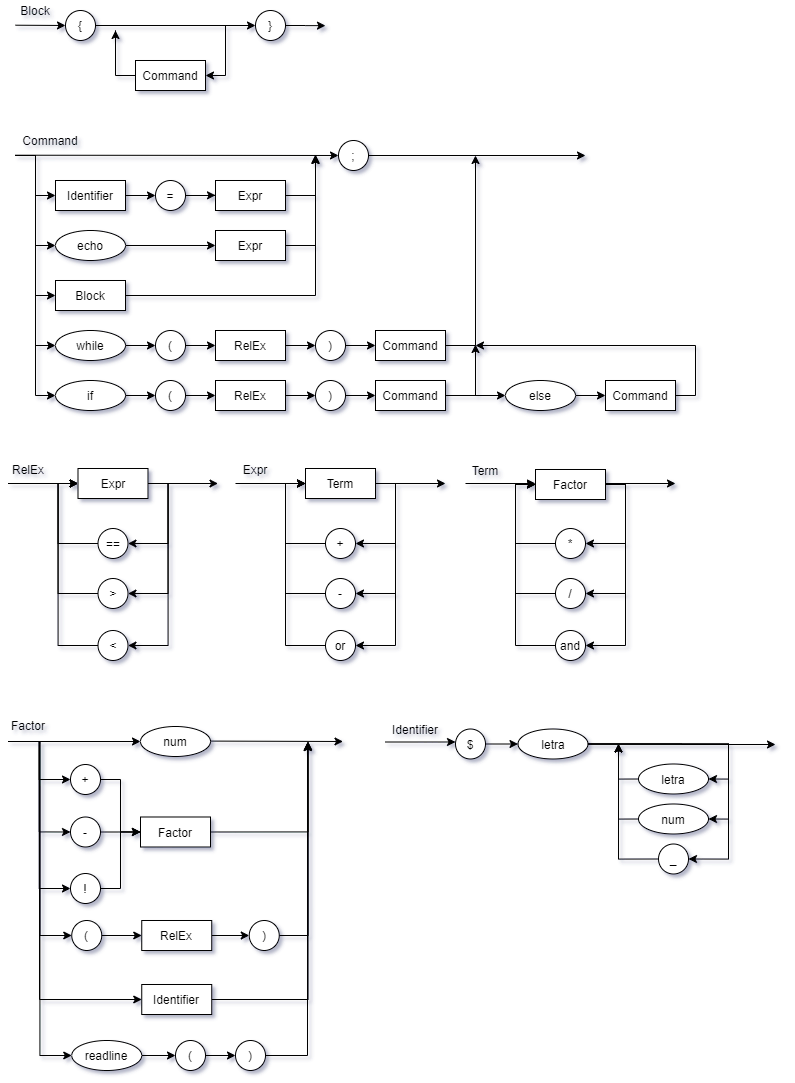
This is Diagrama-sintatico.png from LiuSeeker/Compilador, a draw.io export, as it was before one commit. Source tidied: cells renumbered, new cells last; positions are measured from the earlier drawing's top-left corner, leaving out a move shared by most shapes.
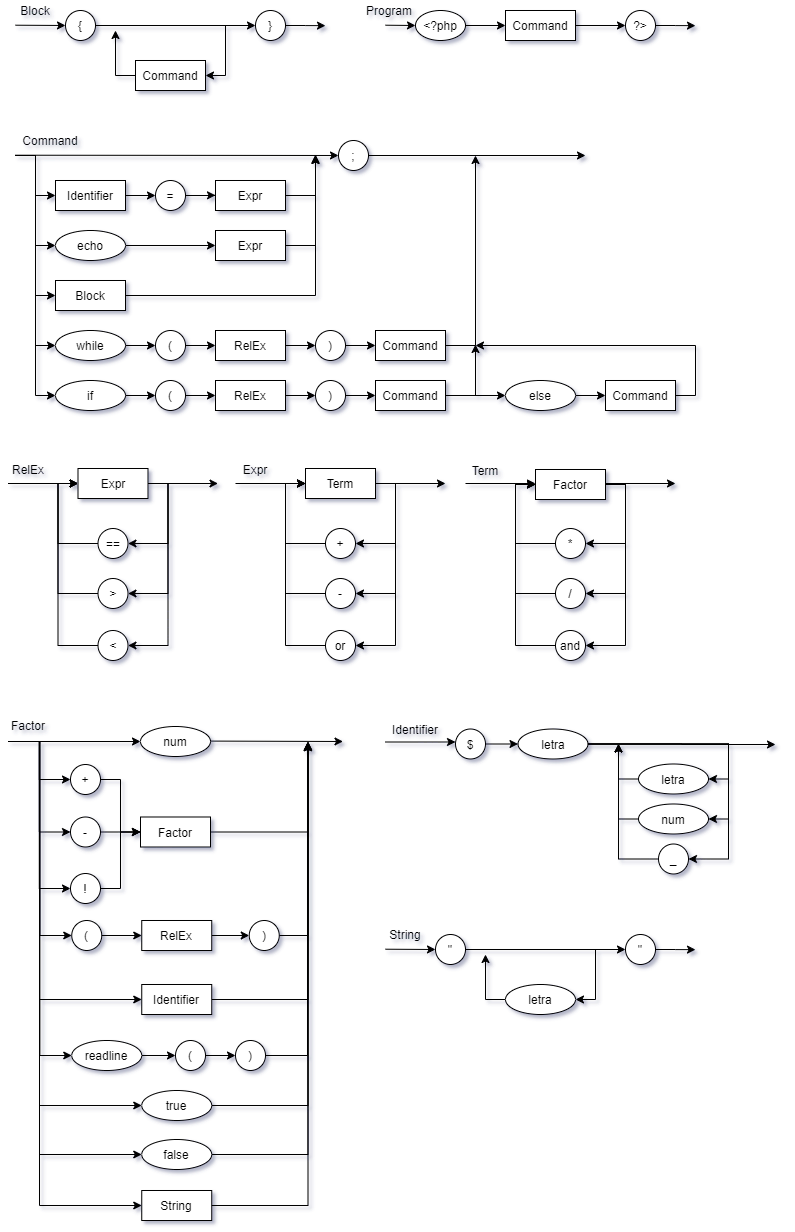
After the change.

Diff of the diagram source:
```diff
@@ -533,5 +533,122 @@
         <mxPoint x="0.5" y="741" as="sourcePoint" />
       </mxGeometry>
     </mxCell>
+    <mxCell id="143" style="edgeStyle=orthogonalEdgeStyle;rounded=0;jettySize=auto;html=1;exitX=1;exitY=0.5;exitDx=0;exitDy=0;" parent="1" edge="1" source="144">
+      <mxGeometry relative="1" as="geometry">
+        <mxPoint x="688" y="25.1" as="targetPoint" />
+      </mxGeometry>
+    </mxCell>
+    <mxCell id="144" value="?&amp;gt;" style="ellipse;whiteSpace=wrap;html=1;" parent="1" vertex="1">
+      <mxGeometry x="618" y="10" width="30" height="30" as="geometry" />
+    </mxCell>
+    <mxCell id="145" style="edgeStyle=orthogonalEdgeStyle;rounded=0;jettySize=auto;html=1;exitX=1;exitY=0.5;exitDx=0;exitDy=0;entryX=0;entryY=0.5;entryDx=0;entryDy=0;" parent="1" edge="1" source="146" target="144">
+      <mxGeometry relative="1" as="geometry" />
+    </mxCell>
+    <mxCell id="146" value="Command" style="rounded=0;whiteSpace=wrap;html=1;" parent="1" vertex="1">
+      <mxGeometry x="498" y="10" width="70" height="30" as="geometry" />
+    </mxCell>
+    <mxCell id="147" style="edgeStyle=orthogonalEdgeStyle;rounded=0;jettySize=auto;html=1;exitX=1;exitY=0.5;exitDx=0;exitDy=0;entryX=0;entryY=0.5;entryDx=0;entryDy=0;" parent="1" edge="1" source="148" target="146">
+      <mxGeometry relative="1" as="geometry" />
+    </mxCell>
+    <mxCell id="148" value="&amp;lt;?php" style="ellipse;whiteSpace=wrap;html=1;" parent="1" vertex="1">
+      <mxGeometry x="408" y="10" width="50" height="30" as="geometry" />
+    </mxCell>
+    <mxCell id="149" value="Program" style="text;html=1;strokeColor=none;fillColor=none;align=center;verticalAlign=middle;whiteSpace=wrap;rounded=0;" parent="1" vertex="1">
+      <mxGeometry x="362" width="40" height="20" as="geometry" />
+    </mxCell>
+    <mxCell id="150" style="endArrow=classic;html=1;" parent="1" edge="1" target="148">
+      <mxGeometry relative="1" as="geometry">
+        <mxPoint x="378" y="24.7" as="sourcePoint" />
+      </mxGeometry>
+    </mxCell>
+    <mxCell id="151" value="true" style="ellipse;whiteSpace=wrap;html=1;" parent="1" vertex="1">
+      <mxGeometry x="134.2" y="1090" width="70" height="30" as="geometry" />
+    </mxCell>
+    <mxCell id="152" value="false" style="ellipse;whiteSpace=wrap;html=1;" parent="1" vertex="1">
+      <mxGeometry x="134.2" y="1139" width="70" height="30" as="geometry" />
+    </mxCell>
+    <mxCell id="153" value="String" style="rounded=0;whiteSpace=wrap;html=1;" parent="1" vertex="1">
+      <mxGeometry x="134.2" y="1190" width="70" height="30" as="geometry" />
+    </mxCell>
+    <mxCell id="154" style="edgeStyle=orthogonalEdgeStyle;rounded=0;jettySize=auto;html=1;exitX=1;exitY=0.5;exitDx=0;exitDy=0;entryX=0;entryY=0.5;entryDx=0;entryDy=0;" parent="1" edge="1" target="151">
+      <mxGeometry relative="1" as="geometry">
+        <mxPoint x="1.5" y="741" as="sourcePoint" />
+        <Array as="points">
+          <mxPoint x="32" y="741" />
+          <mxPoint x="32" y="1105" />
+        </Array>
+      </mxGeometry>
+    </mxCell>
+    <mxCell id="155" style="edgeStyle=orthogonalEdgeStyle;rounded=0;jettySize=auto;html=1;exitX=1;exitY=0.5;exitDx=0;exitDy=0;entryX=0;entryY=0.5;entryDx=0;entryDy=0;" parent="1" edge="1" target="152">
+      <mxGeometry relative="1" as="geometry">
+        <mxPoint x="1.5" y="741" as="sourcePoint" />
+        <Array as="points">
+          <mxPoint x="32" y="741" />
+          <mxPoint x="32" y="1154" />
+        </Array>
+      </mxGeometry>
+    </mxCell>
+    <mxCell id="156" style="edgeStyle=orthogonalEdgeStyle;rounded=0;jettySize=auto;html=1;exitX=1;exitY=0.5;exitDx=0;exitDy=0;entryX=0;entryY=0.5;entryDx=0;entryDy=0;" parent="1" edge="1" target="153">
+      <mxGeometry relative="1" as="geometry">
+        <mxPoint x="1.5" y="741" as="sourcePoint" />
+        <Array as="points">
+          <mxPoint x="32" y="741" />
+          <mxPoint x="32" y="1205" />
+        </Array>
+      </mxGeometry>
+    </mxCell>
+    <mxCell id="157" style="edgeStyle=orthogonalEdgeStyle;rounded=0;jettySize=auto;html=1;exitX=1;exitY=0.5;exitDx=0;exitDy=0;" parent="1" edge="1" source="151">
+      <mxGeometry relative="1" as="geometry">
+        <mxPoint x="300.5" y="742" as="targetPoint" />
+      </mxGeometry>
+    </mxCell>
+    <mxCell id="158" style="edgeStyle=orthogonalEdgeStyle;rounded=0;jettySize=auto;html=1;exitX=1;exitY=0.5;exitDx=0;exitDy=0;" parent="1" edge="1" source="152">
+      <mxGeometry relative="1" as="geometry">
+        <mxPoint x="300.5" y="742" as="targetPoint" />
+      </mxGeometry>
+    </mxCell>
+    <mxCell id="159" style="edgeStyle=orthogonalEdgeStyle;rounded=0;jettySize=auto;html=1;exitX=1;exitY=0.5;exitDx=0;exitDy=0;" parent="1" edge="1" source="153">
+      <mxGeometry relative="1" as="geometry">
+        <mxPoint x="300.5" y="742" as="targetPoint" />
+      </mxGeometry>
+    </mxCell>
+    <mxCell id="160" style="edgeStyle=orthogonalEdgeStyle;rounded=0;jettySize=auto;html=1;exitX=1;exitY=0.5;exitDx=0;exitDy=0;" parent="1" edge="1" source="161">
+      <mxGeometry relative="1" as="geometry">
+        <mxPoint x="688" y="949.1" as="targetPoint" />
+      </mxGeometry>
+    </mxCell>
+    <mxCell id="161" value="&quot;" style="ellipse;whiteSpace=wrap;html=1;" parent="1" vertex="1">
+      <mxGeometry x="618" y="934" width="30" height="30" as="geometry" />
+    </mxCell>
+    <mxCell id="162" style="edgeStyle=orthogonalEdgeStyle;rounded=0;orthogonalLoop=1;jettySize=auto;html=1;exitX=0;exitY=0.5;exitDx=0;exitDy=0;" parent="1" edge="1">
+      <mxGeometry relative="1" as="geometry">
+        <mxPoint x="498" y="999" as="sourcePoint" />
+        <mxPoint x="478" y="954" as="targetPoint" />
+        <Array as="points">
+          <mxPoint x="478" y="999" />
+          <mxPoint x="478" y="954" />
+        </Array>
+      </mxGeometry>
+    </mxCell>
+    <mxCell id="163" style="edgeStyle=orthogonalEdgeStyle;rounded=0;jettySize=auto;html=1;exitX=1;exitY=0.5;exitDx=0;exitDy=0;entryX=0;entryY=0.5;entryDx=0;entryDy=0;" parent="1" edge="1" source="165" target="161">
+      <mxGeometry relative="1" as="geometry" />
+    </mxCell>
+    <mxCell id="164" style="edgeStyle=orthogonalEdgeStyle;rounded=0;jettySize=auto;html=1;exitX=1;exitY=0.5;exitDx=0;exitDy=0;entryX=1;entryY=0.5;entryDx=0;entryDy=0;" parent="1" edge="1" source="165" target="168">
+      <mxGeometry relative="1" as="geometry" />
+    </mxCell>
+    <mxCell id="165" value="&quot;" style="ellipse;whiteSpace=wrap;html=1;" parent="1" vertex="1">
+      <mxGeometry x="428" y="934" width="30" height="30" as="geometry" />
+    </mxCell>
+    <mxCell id="166" value="String" style="text;html=1;strokeColor=none;fillColor=none;align=center;verticalAlign=middle;whiteSpace=wrap;rounded=0;" parent="1" vertex="1">
+      <mxGeometry x="378" y="924" width="40" height="20" as="geometry" />
+    </mxCell>
+    <mxCell id="167" style="endArrow=classic;html=1;" parent="1" edge="1" target="165">
+      <mxGeometry relative="1" as="geometry">
+        <mxPoint x="378" y="948.7" as="sourcePoint" />
+      </mxGeometry>
+    </mxCell>
+    <mxCell id="168" value="letra" style="ellipse;whiteSpace=wrap;html=1;" parent="1" vertex="1">
+      <mxGeometry x="498" y="984" width="70" height="30" as="geometry" />
+    </mxCell>
   </root>
 </mxGraphModel>
```
